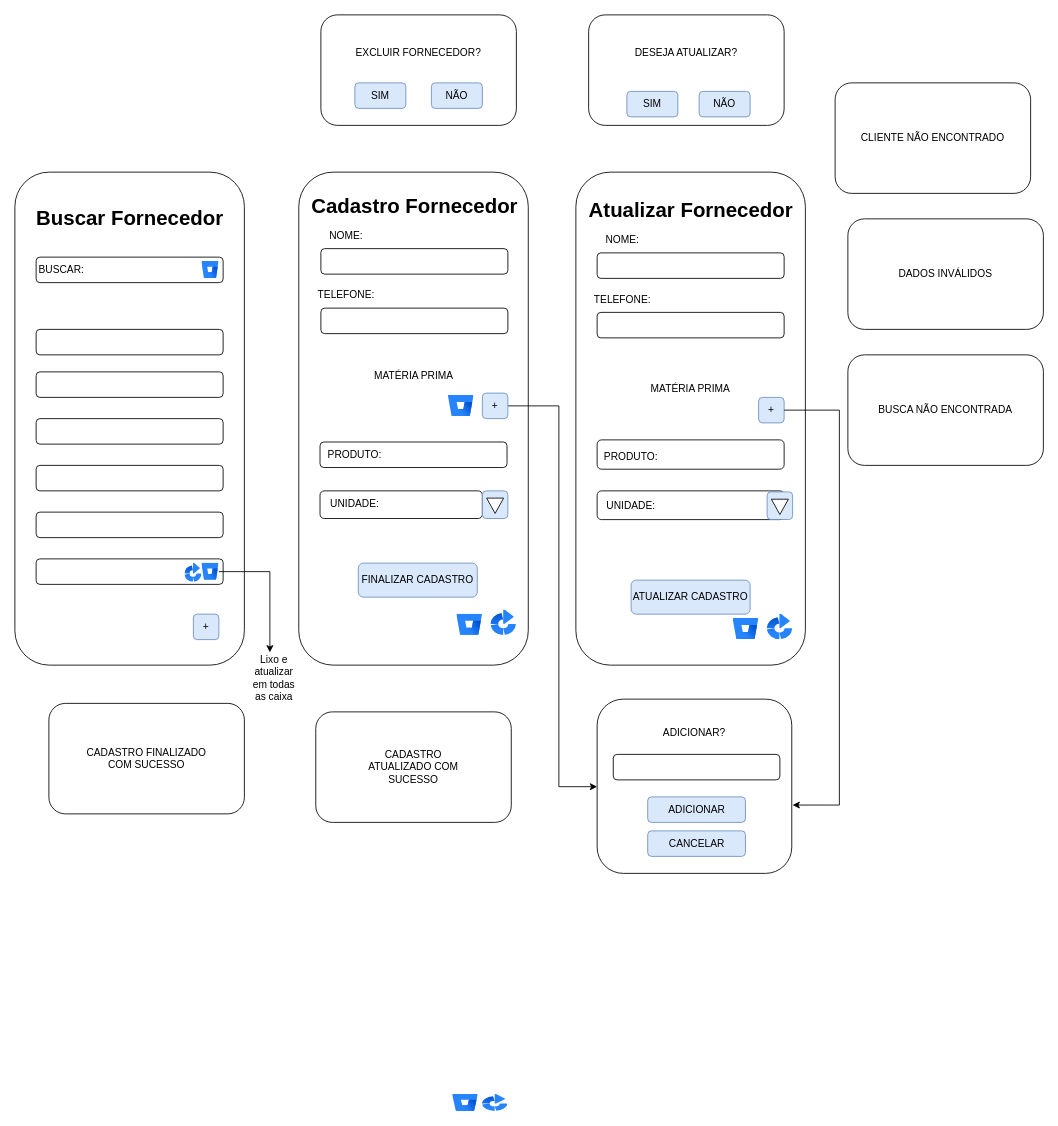
Above: page "Página-3" (3 of 9) of DOC/tela.drawio in juliareis14/avatar.app (draw.io), before the change. Source tidied: cells renumbered, new cells numbered last; positions are measured from the earlier drawing's top-left corner, leaving out a move shared by most shapes. Both pictures are drawn from the tidied source at 85%, with x=0, y=0 at pixel (14, 14).
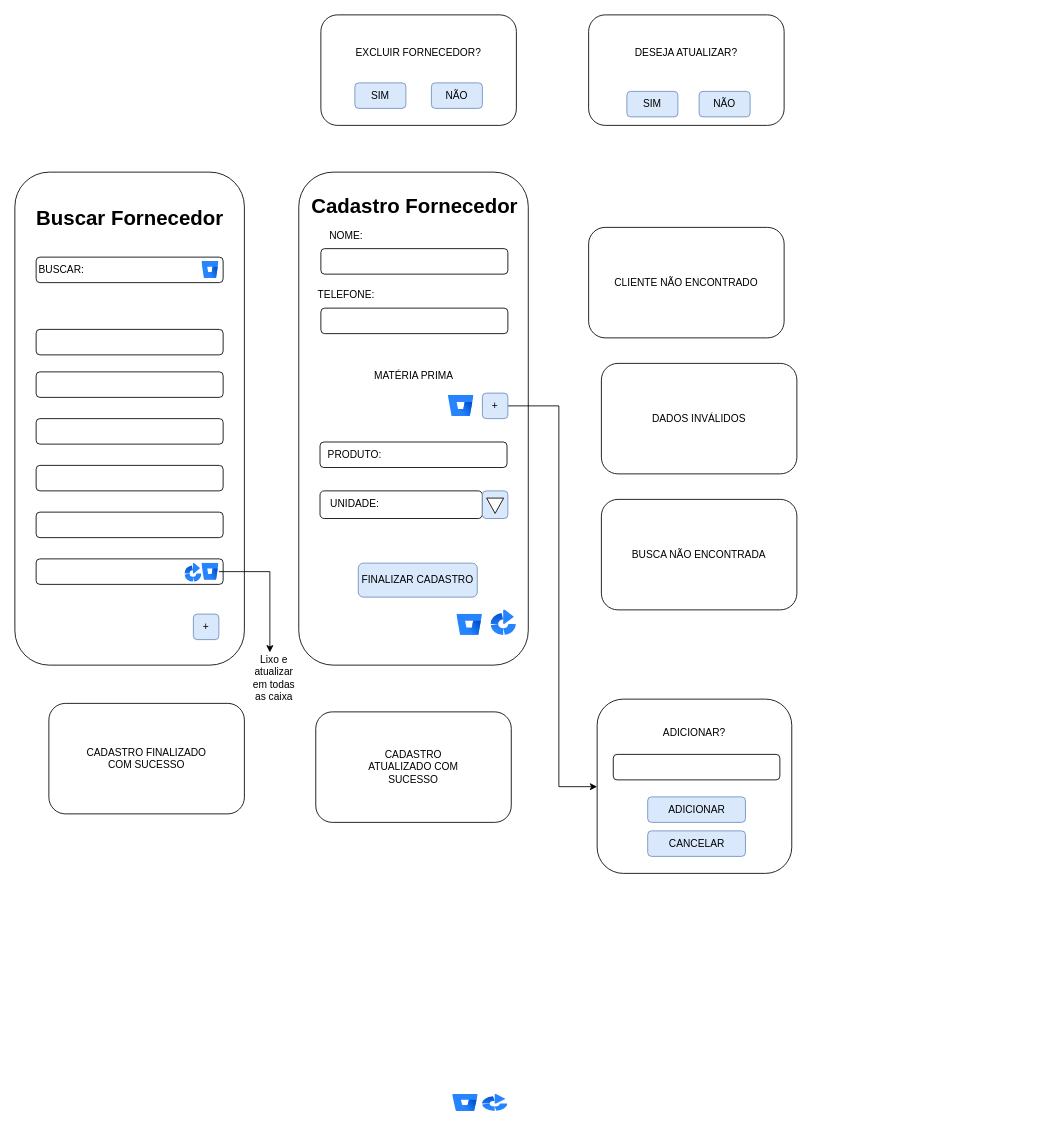
The same page after the edit.

Unchanged cells that the change refers to:
```xml
<mxCell id="62" style="rounded=1;whiteSpace=wrap;html=1;" parent="1" vertex="1">
  <mxGeometry x="685" y="805" width="229" height="205" as="geometry" />
</mxCell>
```

Change to the diagram source:
```diff
@@
-    <mxCell id="27" style="rounded=1;whiteSpace=wrap;html=1;" parent="1" vertex="1">
-      <mxGeometry x="660" y="185" width="270" height="580" as="geometry" />
-    </mxCell>
-    <mxCell id="28" value="Atualizar Fornecedor" style="text;strokeColor=none;fillColor=none;html=1;fontSize=24;fontStyle=1;verticalAlign=middle;align=center;" parent="1" vertex="1">
-      <mxGeometry x="745" y="210" width="100" height="40" as="geometry" />
-    </mxCell>
-    <mxCell id="29" style="rounded=1;whiteSpace=wrap;html=1;" parent="1" vertex="1">
-      <mxGeometry x="685" y="280" width="220" height="30" as="geometry" />
-    </mxCell>
-    <mxCell id="30" style="rounded=1;whiteSpace=wrap;html=1;" parent="1" vertex="1">
-      <mxGeometry x="685" y="350" width="220" height="30" as="geometry" />
-    </mxCell>
-    <mxCell id="31" value="NOME:" style="text;html=1;align=center;verticalAlign=middle;whiteSpace=wrap;rounded=0;" parent="1" vertex="1">
-      <mxGeometry x="685" y="250" width="60" height="30" as="geometry" />
-    </mxCell>
-    <mxCell id="32" value="TELEFONE:" style="text;html=1;align=center;verticalAlign=middle;whiteSpace=wrap;rounded=0;" parent="1" vertex="1">
-      <mxGeometry x="685" y="320" width="60" height="30" as="geometry" />
-    </mxCell>
-    <mxCell id="33" value="ATUALIZAR CADASTRO" style="rounded=1;whiteSpace=wrap;html=1;fillColor=#dae8fc;strokeColor=#6c8ebf;" parent="1" vertex="1">
-      <mxGeometry x="725" y="665" width="140" height="40" as="geometry" />
-    </mxCell>
-    <mxCell id="34" style="image;html=1;image=img/lib/atlassian/Bitbucket_Logo.svg;" parent="1" vertex="1">
-      <mxGeometry x="845" y="710" width="30" height="25" as="geometry" />
-    </mxCell>
-    <mxCell id="35" style="image;html=1;image=img/lib/atlassian/Bamboo_Logo.svg;direction=east;" parent="1" vertex="1">
-      <mxGeometry x="885" y="705" width="30" height="30" as="geometry" />
-    </mxCell>
-    <mxCell id="36" style="rounded=1;whiteSpace=wrap;html=1;" parent="1" vertex="1">
-      <mxGeometry x="685" y="560" width="220" height="33.8" as="geometry" />
-    </mxCell>
-    <mxCell id="37" value="MATÉRIA PRIMA" style="text;html=1;align=center;verticalAlign=middle;whiteSpace=wrap;rounded=0;" parent="1" vertex="1">
-      <mxGeometry x="740" y="415" width="110" height="50" as="geometry" />
-    </mxCell>
-    <mxCell id="38" style="rounded=1;whiteSpace=wrap;html=1;" parent="1" vertex="1">
-      <mxGeometry x="685" y="500" width="220" height="34.5" as="geometry" />
-    </mxCell>
-    <mxCell id="39" value="PRODUTO:" style="text;html=1;align=center;verticalAlign=middle;whiteSpace=wrap;rounded=0;" parent="1" vertex="1">
-      <mxGeometry x="695" y="505" width="60" height="30" as="geometry" />
-    </mxCell>
-    <mxCell id="40" value="UNIDADE:" style="text;html=1;align=center;verticalAlign=middle;whiteSpace=wrap;rounded=0;" parent="1" vertex="1">
-      <mxGeometry x="695" y="562.5" width="60" height="30" as="geometry" />
-    </mxCell>
@@
     <mxCell id="45" value="BUSCA NÃO ENCONTRADA" style="rounded=1;whiteSpace=wrap;html=1;" parent="1" vertex="1">
-      <mxGeometry x="980" y="400" width="230" height="130" as="geometry" />
+      <mxGeometry x="690" y="570" width="230" height="130" as="geometry" />
     </mxCell>
@@
-    <mxCell id="48" value="+" style="rounded=1;whiteSpace=wrap;html=1;direction=south;fillColor=#dae8fc;strokeColor=#6c8ebf;" parent="1" vertex="1">
-      <mxGeometry x="875" y="450" width="30" height="30" as="geometry" />
-    </mxCell>
@@
     <mxCell id="61" value="DADOS INVÁLIDOS" style="rounded=1;whiteSpace=wrap;html=1;" parent="1" vertex="1">
-      <mxGeometry x="980" y="240" width="230" height="130" as="geometry" />
+      <mxGeometry x="690" y="410" width="230" height="130" as="geometry" />
     </mxCell>
@@
-    <mxCell id="67" style="edgeStyle=orthogonalEdgeStyle;rounded=0;jettySize=auto;html=1;entryX=1.004;entryY=0.608;entryDx=0;entryDy=0;entryPerimeter=0;" parent="1" edge="1" source="48" target="62">
-      <mxGeometry relative="1" as="geometry">
-        <Array as="points">
-          <mxPoint x="970" y="465" />
-          <mxPoint x="970" y="930" />
-        </Array>
-      </mxGeometry>
-    </mxCell>
@@
-    <mxCell id="74" style="rounded=1;whiteSpace=wrap;html=1;fillColor=#dae8fc;strokeColor=#6c8ebf;" parent="1" vertex="1">
-      <mxGeometry x="885" y="561.2" width="30" height="32.5" as="geometry" />
-    </mxCell>
-    <mxCell id="75" style="html=1;shadow=0;dashed=0;align=center;verticalAlign=middle;shape=mxgraph.arrows2.arrow;dy=0.6;dx=40;direction=south;notch=0;" parent="1" vertex="1">
-      <mxGeometry x="890" y="569.8" width="20" height="18" as="geometry" />
-    </mxCell>
     <mxCell id="76" value="CLIENTE NÃO ENCONTRADO" style="rounded=1;whiteSpace=wrap;html=1;" parent="1" vertex="1">
-      <mxGeometry x="965" y="80" width="230" height="130" as="geometry" />
+      <mxGeometry x="675" y="250" width="230" height="130" as="geometry" />
     </mxCell>
```
